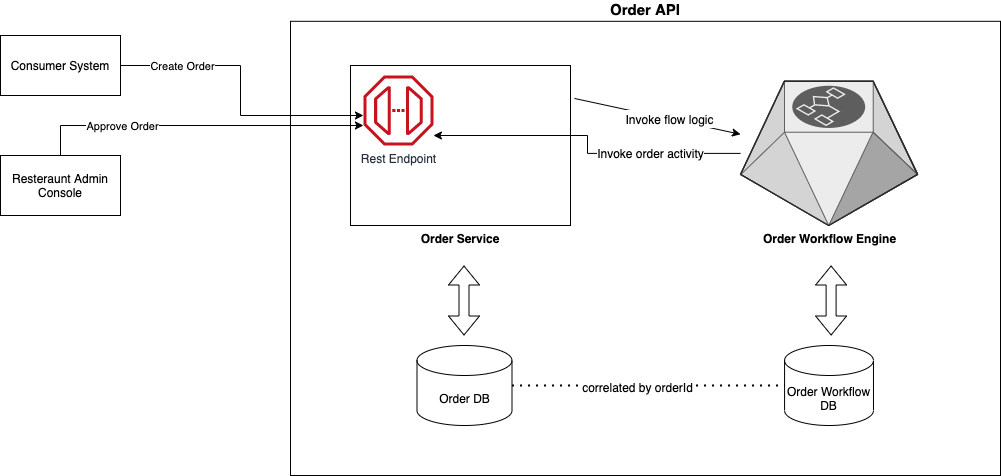
Before: doc/architecture.drawio.png, a diagram exported from draw.io (chenjianjx/pizza-order-workflow-demo). Source tidied: cells renumbered, new cells last; positions are measured from the earlier drawing's top-left corner, leaving out a move shared by most shapes.
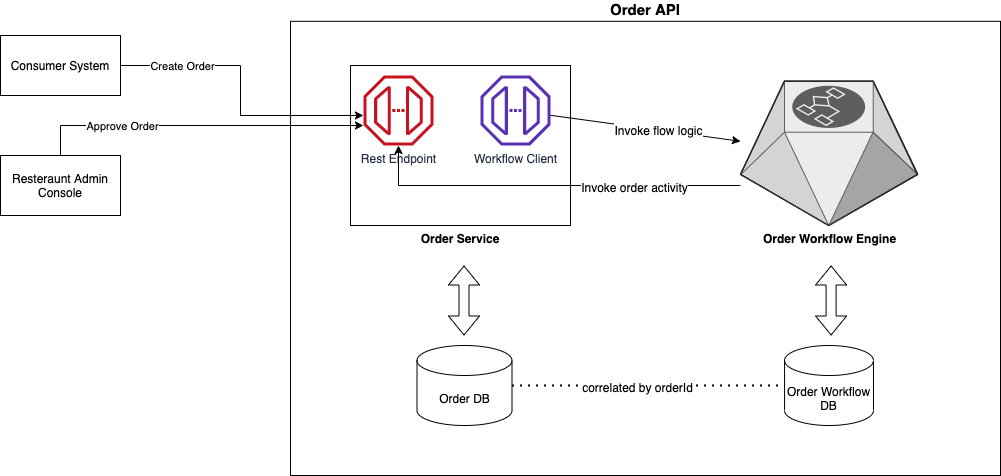
The same diagram one commit later.

Commit message:
drafted a project plan

What changed in the source:
```diff
@@ -6,7 +6,7 @@
       <mxGeometry x="290" y="-0.2" width="710" height="454.2" as="geometry" />
     </mxCell>
     <mxCell id="3" style="group;" parent="1" vertex="1">
-      <mxGeometry x="350" y="44" width="220" height="160" as="geometry" />
+      <mxGeometry x="350" y="44" width="230" height="160" as="geometry" />
     </mxCell>
     <mxCell id="4" value="&lt;b&gt;Order Service&lt;/b&gt;" style="rounded=0;whiteSpace=wrap;html=1;labelPosition=center;verticalLabelPosition=bottom;align=center;verticalAlign=top;" parent="3" vertex="1">
       <mxGeometry width="220" height="160" as="geometry" />
@@ -14,16 +14,20 @@
     <mxCell id="5" value="Rest Endpoint" style="outlineConnect=0;fontColor=#232F3E;gradientColor=none;fillColor=#C7131F;strokeColor=none;dashed=0;verticalLabelPosition=bottom;verticalAlign=top;align=center;html=1;fontSize=12;fontStyle=0;shape=mxgraph.aws4.endpoint;" parent="3" vertex="1">
       <mxGeometry x="12.9" y="10" width="70" height="70" as="geometry" />
     </mxCell>
+    <mxCell id="23" value="Workflow Client" style="outlineConnect=0;fontColor=#232F3E;gradientColor=none;fillColor=#5A30B5;strokeColor=none;dashed=0;verticalLabelPosition=bottom;verticalAlign=top;align=center;html=1;fontSize=12;fontStyle=0;shape=mxgraph.aws4.endpoint;" parent="3" vertex="1">
+      <mxGeometry x="130" y="10" width="70" height="70" as="geometry" />
+    </mxCell>
     <mxCell id="6" style="edgeStyle=orthogonalEdgeStyle;rounded=0;jettySize=auto;html=1;fontSize=15;" parent="1" edge="1" source="8" target="5">
       <mxGeometry relative="1" as="geometry">
         <Array as="points">
-          <mxPoint x="587" y="132" />
-          <mxPoint x="587" y="114" />
+          <mxPoint x="398" y="164" />
         </Array>
       </mxGeometry>
     </mxCell>
     <mxCell id="7" value="&lt;font style=&quot;font-size: 12px&quot;&gt;Invoke order activity&lt;/font&gt;" style="edgeLabel;html=1;align=center;verticalAlign=middle;fontSize=15;" parent="6" vertex="1">
-      <mxGeometry x="-0.44" y="-1" relative="1" as="geometry" />
+      <mxGeometry x="-0.44" y="-1" relative="1" as="geometry">
+        <mxPoint y="1" as="offset" />
+      </mxGeometry>
     </mxCell>
     <mxCell id="8" value="&lt;b&gt;Order Workflow Engine&lt;/b&gt;" style="verticalLabelPosition=bottom;html=1;verticalAlign=top;strokeWidth=1;align=center;outlineConnect=0;dashed=0;outlineConnect=0;shape=mxgraph.aws3d.workflowService;fillColor=#ECECEC;strokeColor=#5E5E5E;" parent="1" vertex="1">
       <mxGeometry x="740" y="59.8" width="177" height="144.2" as="geometry" />
@@ -34,7 +38,7 @@
     <mxCell id="10" value="Order Workflow DB" style="shape=cylinder3;whiteSpace=wrap;html=1;boundedLbl=1;backgroundOutline=1;size=15;" parent="1" vertex="1">
       <mxGeometry x="784.1" y="324" width="88.9" height="80" as="geometry" />
     </mxCell>
-    <mxCell id="11" style="endArrow=classic;html=1;exitX=1.018;exitY=0.206;exitDx=0;exitDy=0;exitPerimeter=0;" parent="1" edge="1" source="4" target="8">
+    <mxCell id="11" style="endArrow=classic;html=1;" parent="1" edge="1" source="23" target="8">
       <mxGeometry relative="1" as="geometry" />
     </mxCell>
     <mxCell id="12" value="&lt;span style=&quot;font-size: 12px&quot;&gt;Invoke flow logic&lt;/span&gt;" style="edgeLabel;html=1;align=center;verticalAlign=middle;fontSize=15;" parent="11" vertex="1">
```
